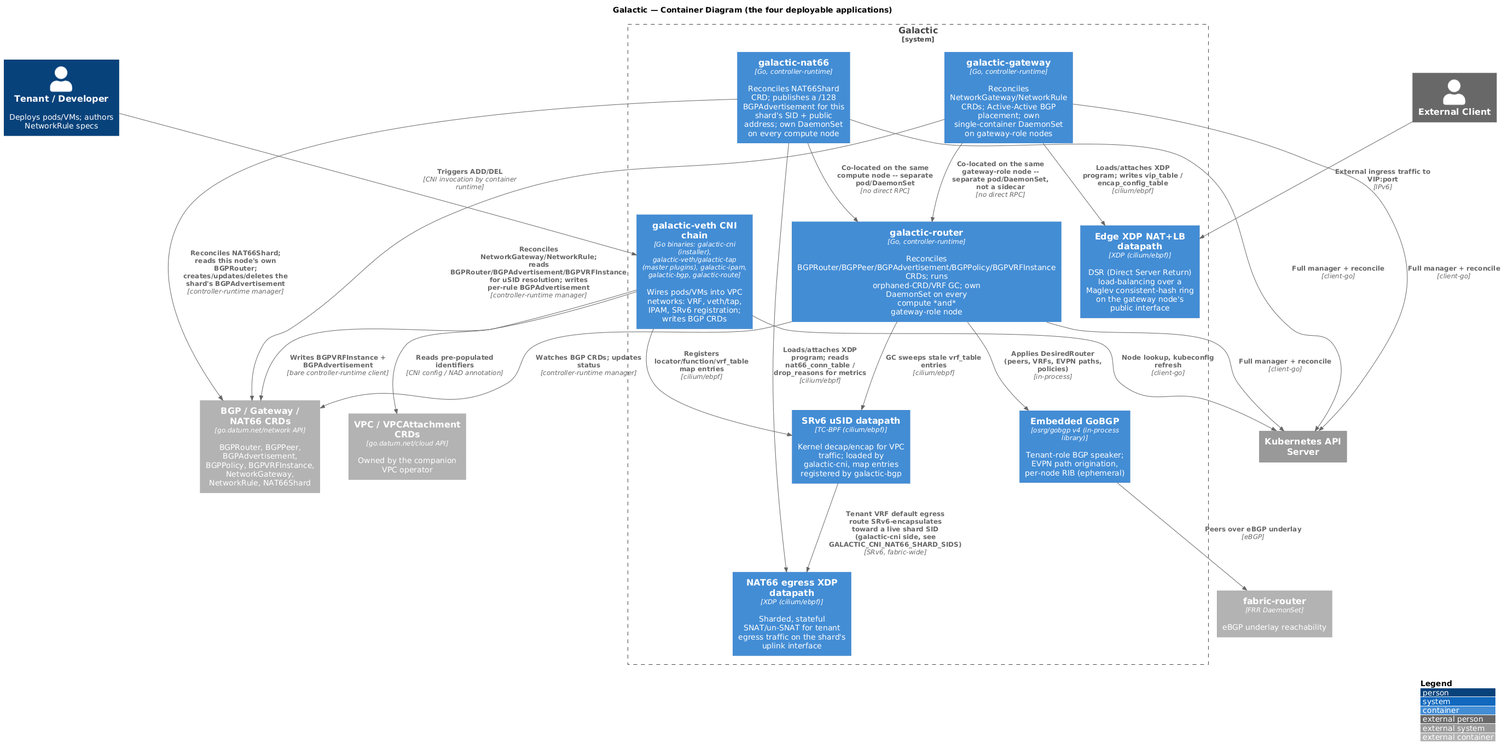
datum-cloud/galactic keeps this PlantUML diagram as docs/architecture/containers.png. Above is the earlier version.
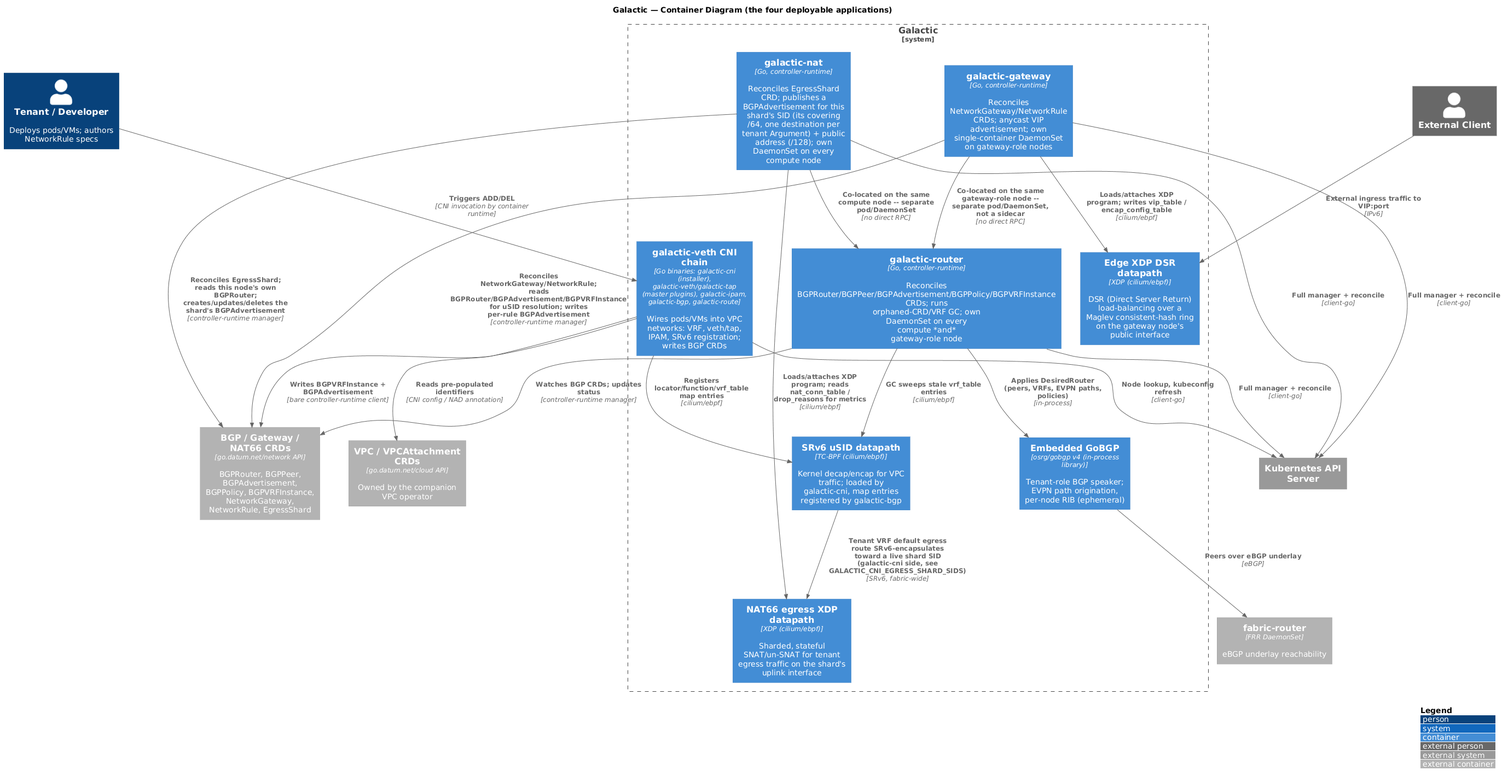
After the commit.

Diff of the diagram source:
```diff
@@ -15,14 +15,14 @@
     Container(router, "galactic-router", "Go, controller-runtime", "Reconciles BGPRouter/BGPPeer/BGPAdvertisement/BGPPolicy/BGPVRFInstance CRDs; runs orphaned-CRD/VRF GC; own DaemonSet on every compute *and* gateway-role node")
     Container(gobgp, "Embedded GoBGP", "osrg/gobgp v4 (in-process library)", "Tenant-role BGP speaker; EVPN path origination, per-node RIB (ephemeral)")
 
-    Container(gateway, "galactic-gateway", "Go, controller-runtime", "Reconciles NetworkGateway/NetworkRule CRDs; Active-Active BGP placement; own single-container DaemonSet on gateway-role nodes")
-    Container(edgebpf, "Edge XDP NAT+LB datapath", "XDP (cilium/ebpf)", "DSR (Direct Server Return) load-balancing over a Maglev consistent-hash ring on the gateway node's public interface")
+    Container(gateway, "galactic-gateway", "Go, controller-runtime", "Reconciles NetworkGateway/NetworkRule CRDs; anycast VIP advertisement; own single-container DaemonSet on gateway-role nodes")
+    Container(edgebpf, "Edge XDP DSR datapath", "XDP (cilium/ebpf)", "DSR (Direct Server Return) load-balancing over a Maglev consistent-hash ring on the gateway node's public interface")
 
-    Container(nat66, "galactic-nat66", "Go, controller-runtime", "Reconciles NAT66Shard CRD; publishes a /128 BGPAdvertisement for this shard's SID + public address; own DaemonSet on every compute node")
+    Container(nat66, "galactic-nat", "Go, controller-runtime", "Reconciles EgressShard CRD; publishes a BGPAdvertisement for this shard's SID (its covering /64, one destination per tenant Argument) + public address (/128); own DaemonSet on every compute node")
     Container(nat66bpf, "NAT66 egress XDP datapath", "XDP (cilium/ebpf)", "Sharded, stateful SNAT/un-SNAT for tenant egress traffic on the shard's uplink interface")
 }
 
-Container_Ext(crds, "BGP / Gateway / NAT66 CRDs", "go.datum.net/network API", "BGPRouter, BGPPeer, BGPAdvertisement, BGPPolicy, BGPVRFInstance, NetworkGateway, NetworkRule, NAT66Shard")
+Container_Ext(crds, "BGP / Gateway / NAT66 CRDs", "go.datum.net/network API", "BGPRouter, BGPPeer, BGPAdvertisement, BGPPolicy, BGPVRFInstance, NetworkGateway, NetworkRule, EgressShard")
 Container_Ext(vpccrds, "VPC / VPCAttachment CRDs", "go.datum.net/cloud API", "Owned by the companion VPC operator")
 Container_Ext(fabric, "fabric-router", "FRR DaemonSet", "eBGP underlay reachability")
 System_Ext(k8sapi, "Kubernetes API Server")
@@ -42,9 +42,9 @@
 Rel(client, edgebpf, "External ingress traffic to VIP:port", "IPv6")
 Rel(gateway, router, "Co-located on the same gateway-role node -- separate pod/DaemonSet, not a sidecar", "no direct RPC")
 
-Rel(nat66, crds, "Reconciles NAT66Shard; reads this node's own BGPRouter; creates/updates/deletes the shard's BGPAdvertisement", "controller-runtime manager")
-Rel(nat66, nat66bpf, "Loads/attaches XDP program; reads nat66_conn_table / drop_reasons for metrics", "cilium/ebpf")
-Rel(usidbpf, nat66bpf, "Tenant VRF default egress route SRv6-encapsulates toward a live shard SID (galactic-cni side, see GALACTIC_CNI_NAT66_SHARD_SIDS)", "SRv6, fabric-wide")
+Rel(nat66, crds, "Reconciles EgressShard; reads this node's own BGPRouter; creates/updates/deletes the shard's BGPAdvertisement", "controller-runtime manager")
+Rel(nat66, nat66bpf, "Loads/attaches XDP program; reads nat_conn_table / drop_reasons for metrics", "cilium/ebpf")
+Rel(usidbpf, nat66bpf, "Tenant VRF default egress route SRv6-encapsulates toward a live shard SID (galactic-cni side, see GALACTIC_CNI_EGRESS_SHARD_SIDS)", "SRv6, fabric-wide")
 Rel(nat66, router, "Co-located on the same compute node -- separate pod/DaemonSet", "no direct RPC")
 
 Rel(cnichain, k8sapi, "Node lookup, kubeconfig refresh", "client-go")
```
